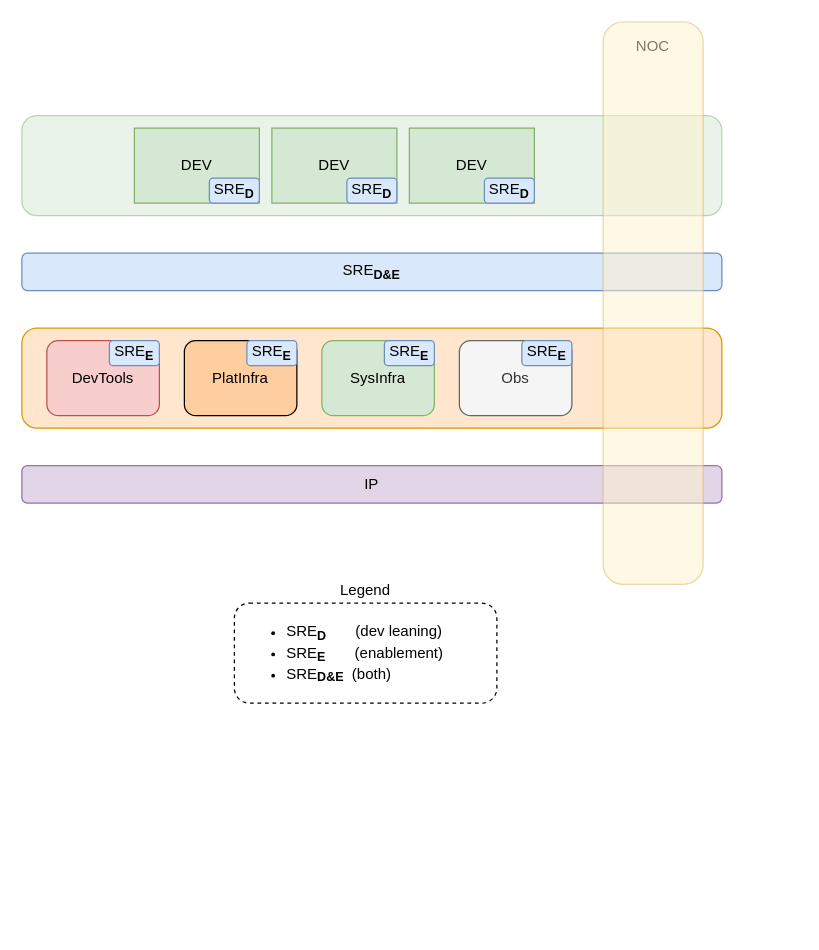
Earlier version of the draw.io diagram architecture/bw_infra_overview.drawio (slmingol/diagram_assets). Source tidied: cells renumbered, new cells numbered last; positions are measured from the earlier drawing's top-left corner, leaving out a move shared by most shapes. Both pictures are drawn from the tidied source at 125%, with x=0, y=0 at pixel (21, 28).
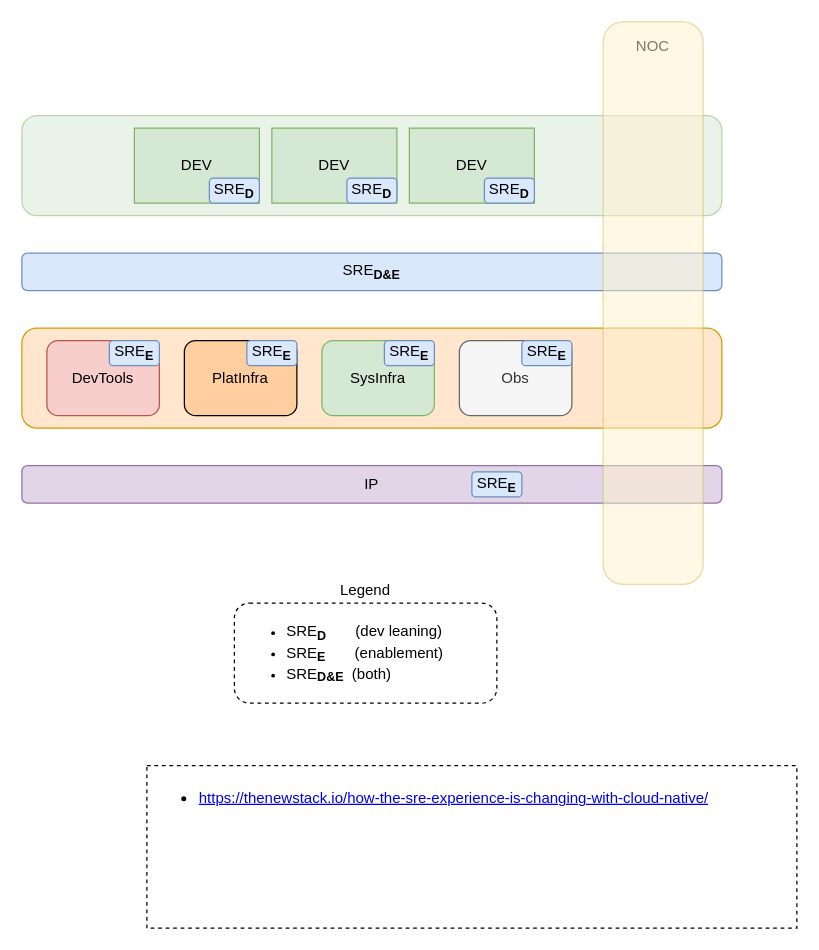
After the change.

Change to the diagram source:
```diff
@@
+    <mxCell id="27" value="&lt;ul&gt;&lt;li&gt;&lt;a href=&quot;https://thenewstack.io/how-the-sre-experience-is-changing-with-cloud-native/&quot;&gt;https://thenewstack.io/how-the-sre-experience-is-changing-with-cloud-native/&lt;/a&gt;&lt;br&gt;&lt;/li&gt;&lt;/ul&gt;" style="whiteSpace=wrap;html=1;dashed=1;fontSize=12;fillColor=default;gradientColor=none;gradientDirection=east;align=left;verticalAlign=top;" parent="1" vertex="1">
+      <mxGeometry x="100" y="590" width="520" height="130" as="geometry" />
+    </mxCell>
+    <mxCell id="28" value="&lt;span style=&quot;text-align: left&quot;&gt;SRE&lt;/span&gt;&lt;sub style=&quot;text-align: left&quot;&gt;&lt;font size=&quot;1&quot;&gt;&lt;b&gt;E&lt;/b&gt;&lt;/font&gt;&lt;/sub&gt;" style="rounded=1;whiteSpace=wrap;html=1;fillColor=#dae8fc;strokeColor=#6c8ebf;" parent="1" vertex="1">
+      <mxGeometry x="360" y="355" width="40" height="20" as="geometry" />
+    </mxCell>
```
